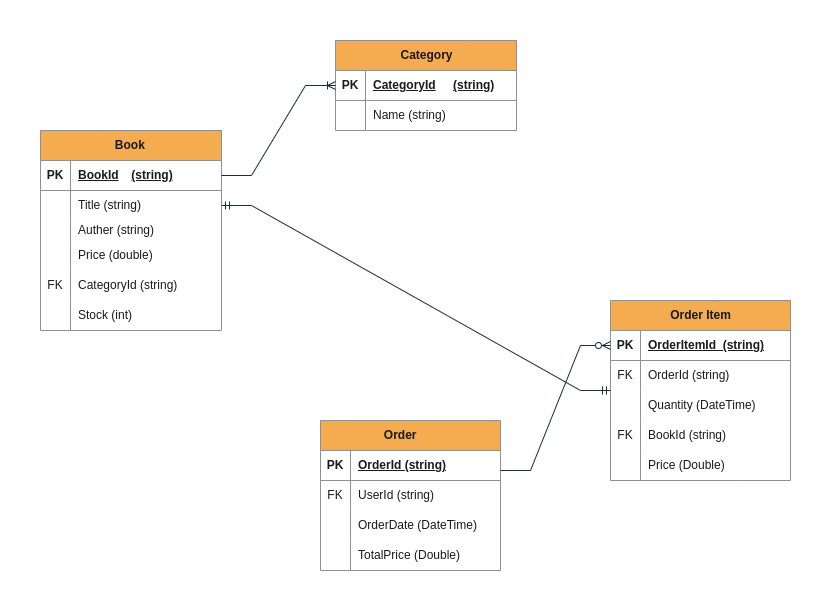
Before: BookStoreManamagement.drawio.png, a diagram exported from draw.io (Nishant0073/Bookstore_Application). Source tidied: cells renumbered, new cells last; positions are measured from the earlier drawing's top-left corner, leaving out a move shared by most shapes.
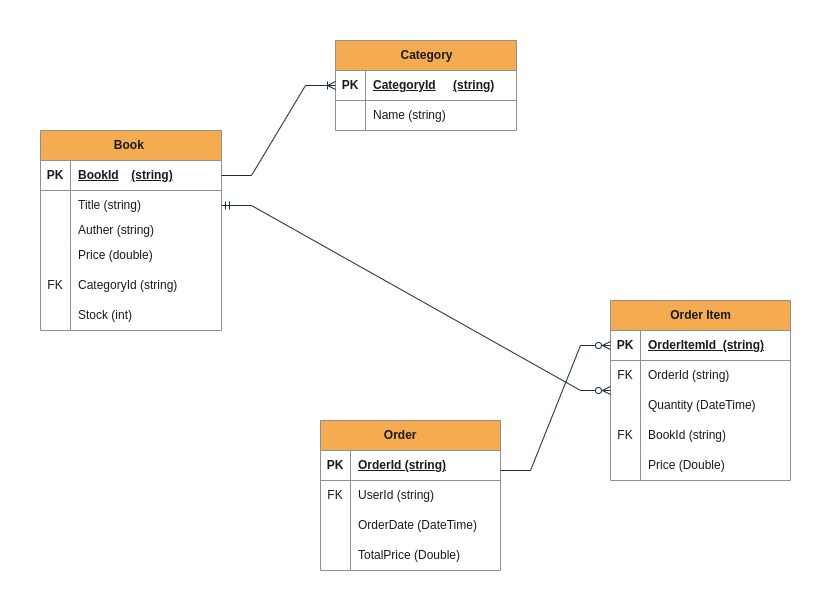
The same file after the commit.

What changed in the source:
```diff
@@ -182,7 +182,7 @@
         </Array>
       </mxGeometry>
     </mxCell>
-    <mxCell id="59" style="edgeStyle=entityRelationEdgeStyle;fontSize=12;html=1;endArrow=ERmandOne;startArrow=ERmandOne;rounded=0;exitX=1;exitY=0.5;exitDx=0;exitDy=0;labelBackgroundColor=none;strokeColor=#182E3E;fontColor=default;" parent="1" edge="1" source="6" target="41">
+    <mxCell id="59" style="edgeStyle=entityRelationEdgeStyle;fontSize=12;html=1;endArrow=ERzeroToMany;startArrow=ERmandOne;rounded=0;exitX=1;exitY=0.5;exitDx=0;exitDy=0;labelBackgroundColor=none;strokeColor=#182E3E;fontColor=default;endFill=0;" parent="1" edge="1" source="6" target="41">
       <mxGeometry relative="1" as="geometry" />
     </mxCell>
   </root>
```
